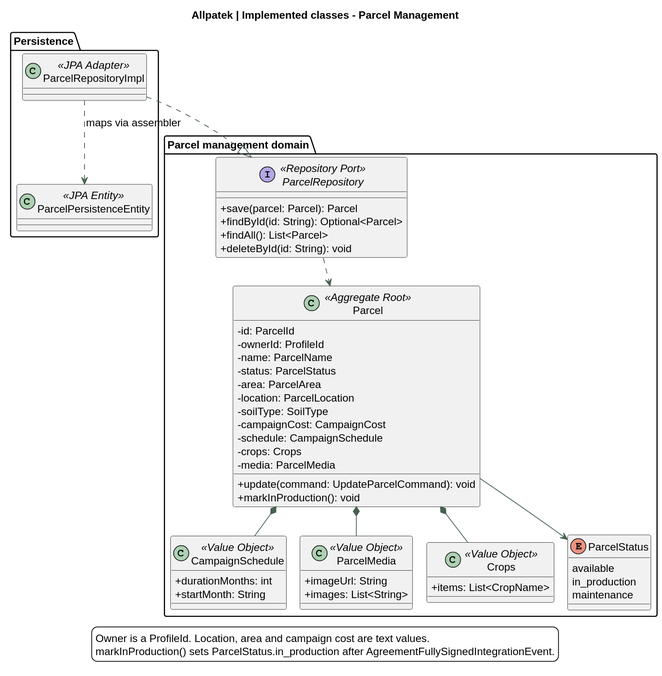
Earlier version of the PlantUML export assets/chapter-04/architecture/09-classes-plots.svg (upc-pre-202620-1asi0729-7753-Terranova/allpatek-report). Its diagram source:
```plantuml
@startuml
!pragma layout smetana
skinparam backgroundColor white
skinparam defaultFontName SansSerif
skinparam defaultFontSize 14
skinparam shadowing false
skinparam classAttributeIconSize 0
skinparam ArrowColor #476050
skinparam dpi 140
title Allpatek | Implemented classes - Parcel Management
top to bottom direction

package "Parcel management domain" {
  class Parcel <<Aggregate Root>> {
    -id: ParcelId
    -ownerId: ProfileId
    -name: ParcelName
    -status: ParcelStatus
    -area: ParcelArea
    -location: ParcelLocation
    -soilType: SoilType
    -campaignCost: CampaignCost
    -schedule: CampaignSchedule
    -crops: Crops
    -media: ParcelMedia
    +update(command: UpdateParcelCommand): void
    +markInProduction(): void
  }

  class CampaignSchedule <<Value Object>> {
    +durationMonths: int
    +startMonth: String
  }

  class ParcelMedia <<Value Object>> {
    +imageUrl: String
    +images: List<String>
  }

  class Crops <<Value Object>> {
    +items: List<CropName>
  }

  enum ParcelStatus {
    available
    in_production
    maintenance
  }

  interface ParcelRepository <<Repository Port>> {
    +save(parcel: Parcel): Parcel
    +findById(id: String): Optional<Parcel>
    +findAll(): List<Parcel>
    +deleteById(id: String): void
  }

  Parcel *-- CampaignSchedule
  Parcel *-- ParcelMedia
  Parcel *-- Crops
  Parcel --> ParcelStatus
  ParcelRepository ..> Parcel
}

package "Persistence" {
  class ParcelRepositoryImpl <<JPA Adapter>>
  class ParcelPersistenceEntity <<JPA Entity>>

  ParcelRepositoryImpl ..> ParcelPersistenceEntity : maps via assembler
}
ParcelRepositoryImpl ..|> ParcelRepository

legend bottom
Owner is a ProfileId. Location, area and campaign cost are text values.
markInProduction() sets ParcelStatus.in_production after AgreementFullySignedIntegrationEvent.
endlegend
@enduml
```
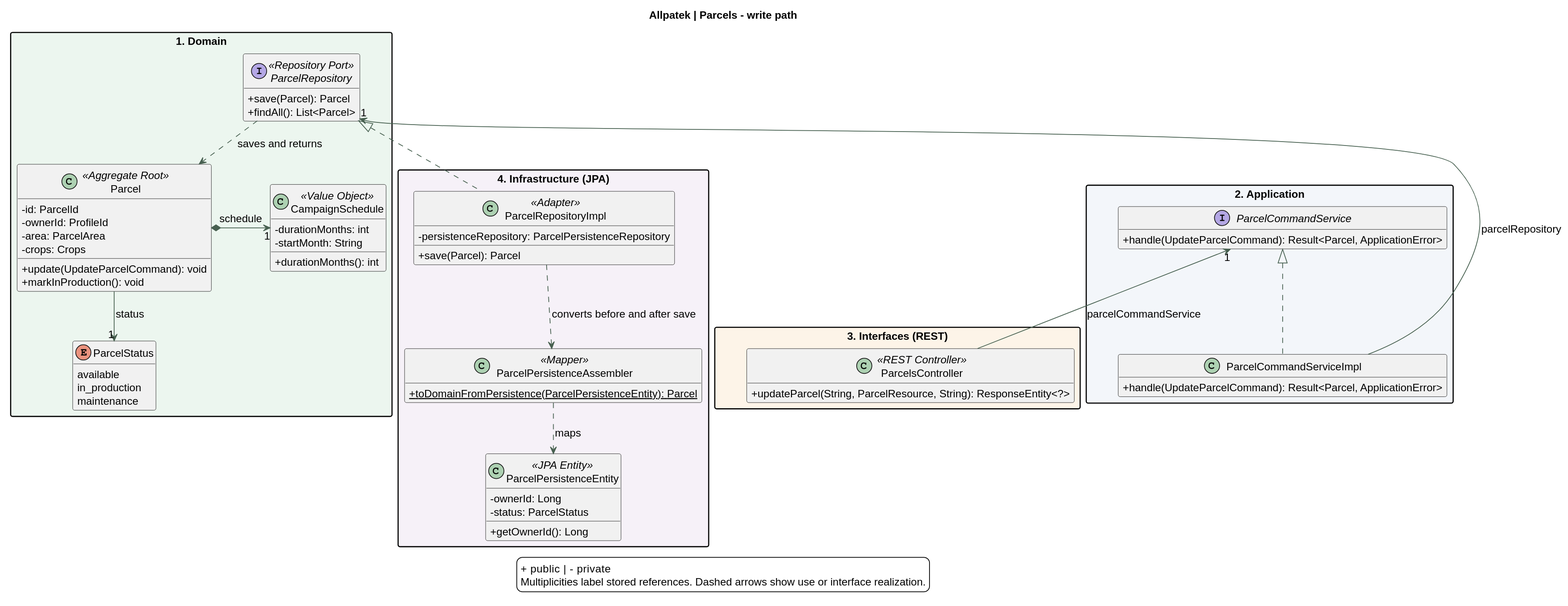
The same diagram one commit later.

Commit message:
docs(uml): trace parcels classes across the API and webapp

The edit, as a diff of the source:
```diff
@@ -6,71 +6,77 @@
 skinparam shadowing false
 skinparam classAttributeIconSize 0
 skinparam ArrowColor #476050
+skinparam packageStyle rectangle
 skinparam dpi 140
-title Allpatek | Implemented classes - Parcel Management
+hide empty members
 top to bottom direction
+title Allpatek | Parcels - write path
 
-package "Parcel management domain" {
+package "1. Domain" as Domain #ECF6EF {
   class Parcel <<Aggregate Root>> {
     -id: ParcelId
     -ownerId: ProfileId
-    -name: ParcelName
-    -status: ParcelStatus
     -area: ParcelArea
-    -location: ParcelLocation
-    -soilType: SoilType
-    -campaignCost: CampaignCost
-    -schedule: CampaignSchedule
     -crops: Crops
-    -media: ParcelMedia
-    +update(command: UpdateParcelCommand): void
+    +update(UpdateParcelCommand): void
     +markInProduction(): void
   }
-
   class CampaignSchedule <<Value Object>> {
-    +durationMonths: int
-    +startMonth: String
+    -durationMonths: int
+    -startMonth: String
+    +durationMonths(): int
   }
-
-  class ParcelMedia <<Value Object>> {
-    +imageUrl: String
-    +images: List<String>
+  interface ParcelRepository <<Repository Port>> {
+    +save(Parcel): Parcel
+    +findAll(): List<Parcel>
   }
-
-  class Crops <<Value Object>> {
-    +items: List<CropName>
-  }
-
+  Parcel *-right-> "1" CampaignSchedule : schedule
+  ParcelRepository ..> Parcel : saves and returns
   enum ParcelStatus {
     available
     in_production
     maintenance
   }
-
-  interface ParcelRepository <<Repository Port>> {
-    +save(parcel: Parcel): Parcel
-    +findById(id: String): Optional<Parcel>
-    +findAll(): List<Parcel>
-    +deleteById(id: String): void
+  Parcel --> "1" ParcelStatus : status
+}
+package "2. Application" as Application #F3F6FA {
+  interface ParcelCommandService {
+    +handle(UpdateParcelCommand): Result<Parcel, ApplicationError>
   }
-
-  Parcel *-- CampaignSchedule
-  Parcel *-- ParcelMedia
-  Parcel *-- Crops
-  Parcel --> ParcelStatus
-  ParcelRepository ..> Parcel
+  class ParcelCommandServiceImpl {
+    +handle(UpdateParcelCommand): Result<Parcel, ApplicationError>
+  }
+  ParcelCommandService <|.. ParcelCommandServiceImpl
 }
-
-package "Persistence" {
-  class ParcelRepositoryImpl <<JPA Adapter>>
-  class ParcelPersistenceEntity <<JPA Entity>>
-
-  ParcelRepositoryImpl ..> ParcelPersistenceEntity : maps via assembler
+package "3. Interfaces (REST)" as Interfaces #FDF4E8 {
+  class ParcelsController <<REST Controller>> {
+    +updateParcel(String, ParcelResource, String): ResponseEntity<?>
+  }
 }
-ParcelRepositoryImpl ..|> ParcelRepository
+package "4. Infrastructure (JPA)" as Infrastructure #F6F1F8 {
+  class ParcelRepositoryImpl <<Adapter>> {
+    -persistenceRepository: ParcelPersistenceRepository
+    +save(Parcel): Parcel
+  }
+  class ParcelPersistenceAssembler <<Mapper>> {
+    {static} +toDomainFromPersistence(ParcelPersistenceEntity): Parcel
+  }
+  class ParcelPersistenceEntity <<JPA Entity>> {
+    -ownerId: Long
+    -status: ParcelStatus
+    +getOwnerId(): Long
+  }
+  ParcelRepositoryImpl ..> ParcelPersistenceAssembler : converts before and after save
+  ParcelPersistenceAssembler ..> ParcelPersistenceEntity : maps
+}
+ParcelRepository "1" <-- ParcelCommandServiceImpl : parcelRepository
+ParcelRepository <|.. ParcelRepositoryImpl
+ParcelCommandService "1" <-- ParcelsController : parcelCommandService
+Domain -[hidden]down-> Application
+Application -[hidden]down-> Interfaces
 
 legend bottom
-Owner is a ProfileId. Location, area and campaign cost are text values.
-markInProduction() sets ParcelStatus.in_production after AgreementFullySignedIntegrationEvent.
++ public  |  - private
+Multiplicities label stored references. Dashed arrows show use or interface realization.
 endlegend
 @enduml
```
